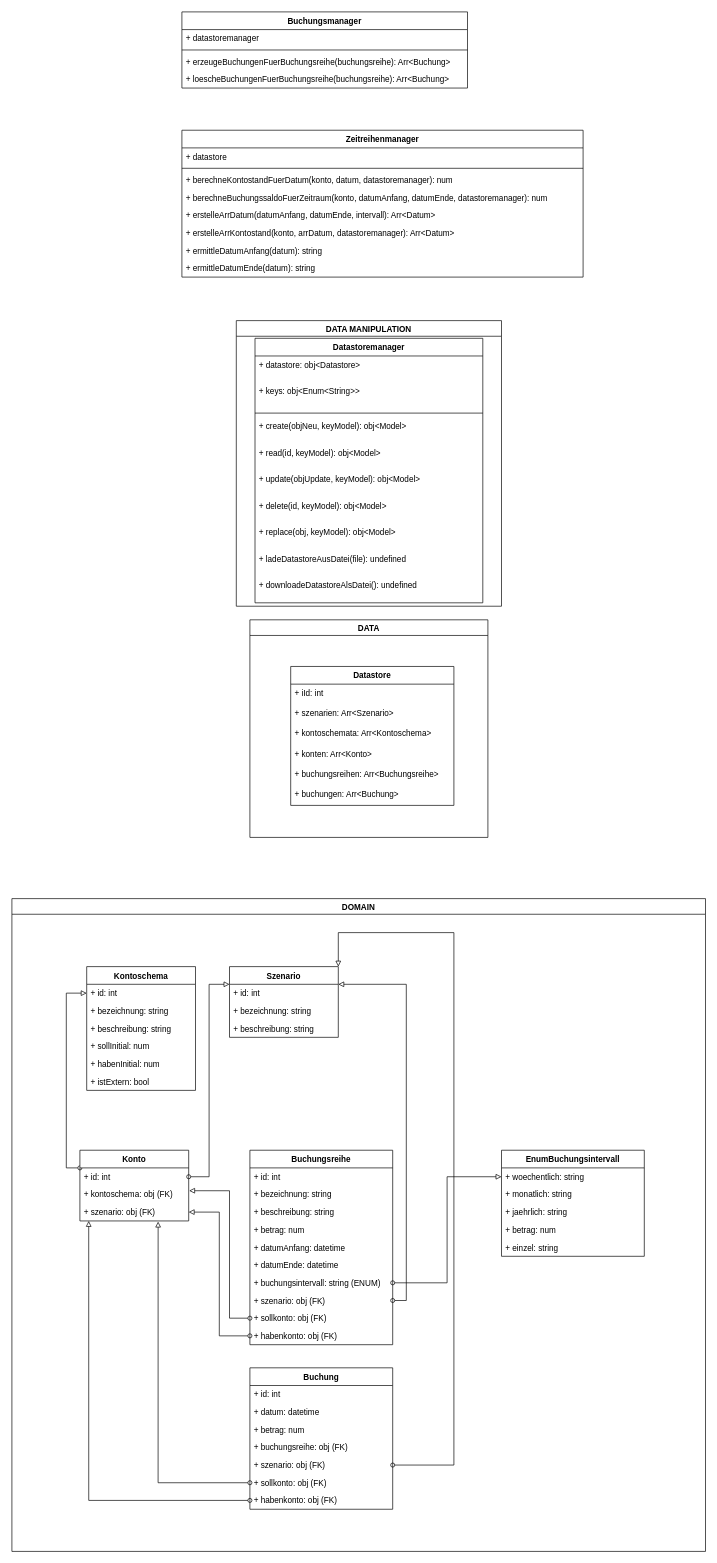
This is design/Klassen.drawio from wunscha/finanzplaner, a draw.io file, before an edit. Source tidied: cells renumbered, new cells numbered last; positions are measured from the earlier drawing's top-left corner, leaving out a move shared by most shapes. Both pictures are drawn from the tidied source at 68%, with x=0, y=0 at pixel (12, 12).
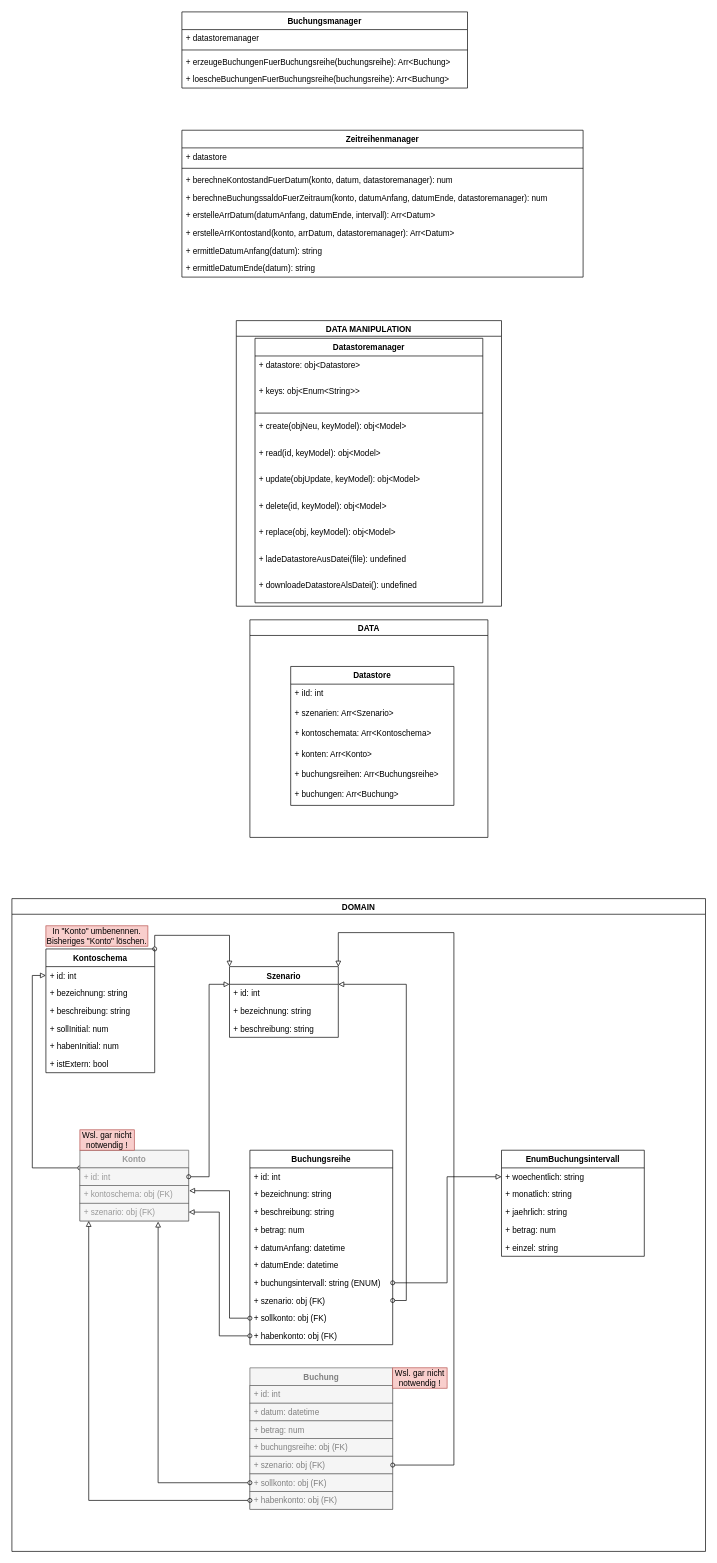
Above is the later version.

Unchanged cells that the change refers to:
```xml
<mxCell id="2" style="group;" parent="1" vertex="1">
  <mxGeometry y="1304" width="1020" height="960" as="geometry" />
</mxCell>
<mxCell id="15" value="Szenario" style="swimlane;fontStyle=1;align=center;verticalAlign=top;horizontal=1;startSize=26;" parent="2" vertex="1">
  <mxGeometry x="320" y="100" width="160" height="104" as="geometry" />
</mxCell>
<mxCell id="51" value="DOMAIN" style="swimlane;" parent="2" vertex="1">
  <mxGeometry width="1020" height="960" as="geometry" />
</mxCell>
```

Change to the diagram source:
```diff
@@
-    <mxCell id="3" value="Kontoschema" style="swimlane;fontStyle=1;align=center;verticalAlign=top;horizontal=1;startSize=26;" parent="2" vertex="1">
-      <mxGeometry x="110" y="100" width="160" height="182" as="geometry" />
-    </mxCell>
-    <mxCell id="4" value="+ id: int" style="text;strokeColor=none;fillColor=none;align=left;verticalAlign=top;spacingLeft=4;spacingRight=4;overflow=hidden;points=[[0,0.5],[1,0.5]];portConstraint=eastwest;" parent="3" vertex="1">
-      <mxGeometry y="26" width="160" height="26" as="geometry" />
-    </mxCell>
-    <mxCell id="5" value="+ bezeichnung: string" style="text;strokeColor=none;fillColor=none;align=left;verticalAlign=top;spacingLeft=4;spacingRight=4;overflow=hidden;" parent="3" vertex="1">
-      <mxGeometry y="52" width="160" height="26" as="geometry" />
-    </mxCell>
-    <mxCell id="6" value="+ beschreibung: string" style="text;strokeColor=none;fillColor=none;align=left;verticalAlign=top;spacingLeft=4;spacingRight=4;overflow=hidden;" parent="3" vertex="1">
-      <mxGeometry y="78" width="160" height="26" as="geometry" />
-    </mxCell>
-    <mxCell id="7" value="+ sollInitial: num" style="text;strokeColor=none;fillColor=none;align=left;verticalAlign=top;spacingLeft=4;spacingRight=4;overflow=hidden;" parent="3" vertex="1">
-      <mxGeometry y="104" width="160" height="26" as="geometry" />
-    </mxCell>
-    <mxCell id="8" value="+ habenInitial: num" style="text;strokeColor=none;fillColor=none;align=left;verticalAlign=top;spacingLeft=4;spacingRight=4;overflow=hidden;" parent="3" vertex="1">
-      <mxGeometry y="130" width="160" height="26" as="geometry" />
-    </mxCell>
-    <mxCell id="9" value="+ istExtern: bool" style="text;strokeColor=none;fillColor=none;align=left;verticalAlign=top;spacingLeft=4;spacingRight=4;overflow=hidden;" parent="3" vertex="1">
-      <mxGeometry y="156" width="160" height="26" as="geometry" />
-    </mxCell>
@@
-    <mxCell id="11" value="Konto" style="swimlane;fontStyle=1;align=center;verticalAlign=top;horizontal=1;startSize=26;" parent="2" vertex="1">
+    <mxCell id="11" value="Konto" style="swimlane;fontStyle=1;align=center;verticalAlign=top;horizontal=1;startSize=26;fillColor=#f5f5f5;fontColor=#999999;strokeColor=#666666;" parent="2" vertex="1">
       <mxGeometry x="100" y="370" width="160" height="104" as="geometry" />
     </mxCell>
-    <mxCell id="12" value="+ id: int" style="text;strokeColor=none;fillColor=none;align=left;verticalAlign=top;spacingLeft=4;spacingRight=4;overflow=hidden;points=[[0,0.5],[1,0.5]];portConstraint=eastwest;" parent="11" vertex="1">
+    <mxCell id="12" value="+ id: int" style="text;strokeColor=#666666;fillColor=#f5f5f5;align=left;verticalAlign=top;spacingLeft=4;spacingRight=4;overflow=hidden;points=[[0,0.5],[1,0.5]];portConstraint=eastwest;fontColor=#999999;" parent="11" vertex="1">
       <mxGeometry y="26" width="160" height="26" as="geometry" />
     </mxCell>
-    <mxCell id="13" value="+ kontoschema: obj (FK)" style="text;strokeColor=none;fillColor=none;align=left;verticalAlign=top;spacingLeft=4;spacingRight=4;overflow=hidden;points=[[0,0.5],[1,0.5]];portConstraint=eastwest;" parent="11" vertex="1">
+    <mxCell id="13" value="+ kontoschema: obj (FK)" style="text;strokeColor=#666666;fillColor=#f5f5f5;align=left;verticalAlign=top;spacingLeft=4;spacingRight=4;overflow=hidden;points=[[0,0.5],[1,0.5]];portConstraint=eastwest;fontColor=#999999;" parent="11" vertex="1">
       <mxGeometry y="52" width="160" height="26" as="geometry" />
     </mxCell>
-    <mxCell id="14" value="+ szenario: obj (FK)" style="text;strokeColor=none;fillColor=none;align=left;verticalAlign=top;spacingLeft=4;spacingRight=4;overflow=hidden;points=[[0,0.5],[1,0.5]];portConstraint=eastwest;" parent="11" vertex="1">
+    <mxCell id="14" value="+ szenario: obj (FK)" style="text;strokeColor=#666666;fillColor=#f5f5f5;align=left;verticalAlign=top;spacingLeft=4;spacingRight=4;overflow=hidden;points=[[0,0.5],[1,0.5]];portConstraint=eastwest;fontColor=#999999;" parent="11" vertex="1">
       <mxGeometry y="78" width="160" height="26" as="geometry" />
     </mxCell>
@@
-    <mxCell id="31" value="Buchung" style="swimlane;fontStyle=1;align=center;verticalAlign=top;horizontal=1;startSize=26;" parent="2" vertex="1">
+    <mxCell id="31" value="Buchung" style="swimlane;fontStyle=1;align=center;verticalAlign=top;horizontal=1;startSize=26;fillColor=#f5f5f5;fontColor=#808080;strokeColor=#666666;" parent="2" vertex="1">
       <mxGeometry x="350" y="690" width="210" height="208" as="geometry" />
     </mxCell>
-    <mxCell id="32" value="+ id: int" style="text;strokeColor=none;fillColor=none;align=left;verticalAlign=top;spacingLeft=4;spacingRight=4;overflow=hidden;" parent="31" vertex="1">
+    <mxCell id="32" value="+ id: int" style="text;strokeColor=#666666;fillColor=#f5f5f5;align=left;verticalAlign=top;spacingLeft=4;spacingRight=4;overflow=hidden;fontColor=#808080;" parent="31" vertex="1">
       <mxGeometry y="26" width="210" height="26" as="geometry" />
     </mxCell>
-    <mxCell id="33" value="+ datum: datetime" style="text;strokeColor=none;fillColor=none;align=left;verticalAlign=top;spacingLeft=4;spacingRight=4;overflow=hidden;" parent="31" vertex="1">
+    <mxCell id="33" value="+ datum: datetime" style="text;strokeColor=#666666;fillColor=#f5f5f5;align=left;verticalAlign=top;spacingLeft=4;spacingRight=4;overflow=hidden;fontColor=#808080;" parent="31" vertex="1">
       <mxGeometry y="52" width="210" height="26" as="geometry" />
     </mxCell>
-    <mxCell id="34" value="+ betrag: num" style="text;strokeColor=none;fillColor=none;align=left;verticalAlign=top;spacingLeft=4;spacingRight=4;overflow=hidden;" parent="31" vertex="1">
+    <mxCell id="34" value="+ betrag: num" style="text;strokeColor=#666666;fillColor=#f5f5f5;align=left;verticalAlign=top;spacingLeft=4;spacingRight=4;overflow=hidden;fontColor=#808080;" parent="31" vertex="1">
       <mxGeometry y="78" width="210" height="26" as="geometry" />
     </mxCell>
-    <mxCell id="35" value="+ buchungsreihe: obj (FK)" style="text;strokeColor=none;fillColor=none;align=left;verticalAlign=top;spacingLeft=4;spacingRight=4;overflow=hidden;" parent="31" vertex="1">
+    <mxCell id="35" value="+ buchungsreihe: obj (FK)" style="text;strokeColor=#666666;fillColor=#f5f5f5;align=left;verticalAlign=top;spacingLeft=4;spacingRight=4;overflow=hidden;fontColor=#808080;" parent="31" vertex="1">
       <mxGeometry y="104" width="210" height="26" as="geometry" />
     </mxCell>
-    <mxCell id="36" value="+ szenario: obj (FK)" style="text;strokeColor=none;fillColor=none;align=left;verticalAlign=top;spacingLeft=4;spacingRight=4;overflow=hidden;points=[[0,0.5],[1,0.5]];portConstraint=eastwest;" parent="31" vertex="1">
+    <mxCell id="36" value="+ szenario: obj (FK)" style="text;strokeColor=#666666;fillColor=#f5f5f5;align=left;verticalAlign=top;spacingLeft=4;spacingRight=4;overflow=hidden;points=[[0,0.5],[1,0.5]];portConstraint=eastwest;fontColor=#808080;" parent="31" vertex="1">
       <mxGeometry y="130" width="210" height="26" as="geometry" />
     </mxCell>
-    <mxCell id="37" value="+ sollkonto: obj (FK)" style="text;strokeColor=none;fillColor=none;align=left;verticalAlign=top;spacingLeft=4;spacingRight=4;overflow=hidden;points=[[0,0.5],[1,0.5]];portConstraint=eastwest;" parent="31" vertex="1">
+    <mxCell id="37" value="+ sollkonto: obj (FK)" style="text;strokeColor=#666666;fillColor=#f5f5f5;align=left;verticalAlign=top;spacingLeft=4;spacingRight=4;overflow=hidden;points=[[0,0.5],[1,0.5]];portConstraint=eastwest;fontColor=#808080;" parent="31" vertex="1">
       <mxGeometry y="156" width="210" height="26" as="geometry" />
     </mxCell>
-    <mxCell id="38" value="+ habenkonto: obj (FK)" style="text;strokeColor=none;fillColor=none;align=left;verticalAlign=top;spacingLeft=4;spacingRight=4;overflow=hidden;points=[[0,0.5],[1,0.5]];portConstraint=eastwest;" parent="31" vertex="1">
+    <mxCell id="38" value="+ habenkonto: obj (FK)" style="text;strokeColor=#666666;fillColor=#f5f5f5;align=left;verticalAlign=top;spacingLeft=4;spacingRight=4;overflow=hidden;points=[[0,0.5],[1,0.5]];portConstraint=eastwest;fontColor=#808080;" parent="31" vertex="1">
       <mxGeometry y="182" width="210" height="26" as="geometry" />
     </mxCell>
@@
+    <mxCell id="89" value="Wsl. gar nicht notwendig !" style="text;html=1;strokeColor=#b85450;fillColor=#f8cecc;align=center;verticalAlign=middle;whiteSpace=wrap;rounded=0;" parent="51" vertex="1">
+      <mxGeometry x="560" y="690" width="80" height="30" as="geometry" />
+    </mxCell>
+    <mxCell id="3" value="Kontoschema" style="swimlane;fontStyle=1;align=center;verticalAlign=top;horizontal=1;startSize=26;" parent="51" vertex="1">
+      <mxGeometry x="50" y="74" width="160" height="182" as="geometry" />
+    </mxCell>
+    <mxCell id="4" value="+ id: int" style="text;strokeColor=none;fillColor=none;align=left;verticalAlign=top;spacingLeft=4;spacingRight=4;overflow=hidden;points=[[0,0.5],[1,0.5]];portConstraint=eastwest;" parent="3" vertex="1">
+      <mxGeometry y="26" width="160" height="26" as="geometry" />
+    </mxCell>
+    <mxCell id="5" value="+ bezeichnung: string" style="text;strokeColor=none;fillColor=none;align=left;verticalAlign=top;spacingLeft=4;spacingRight=4;overflow=hidden;" parent="3" vertex="1">
+      <mxGeometry y="52" width="160" height="26" as="geometry" />
+    </mxCell>
+    <mxCell id="6" value="+ beschreibung: string" style="text;strokeColor=none;fillColor=none;align=left;verticalAlign=top;spacingLeft=4;spacingRight=4;overflow=hidden;" parent="3" vertex="1">
+      <mxGeometry y="78" width="160" height="26" as="geometry" />
+    </mxCell>
+    <mxCell id="7" value="+ sollInitial: num" style="text;strokeColor=none;fillColor=none;align=left;verticalAlign=top;spacingLeft=4;spacingRight=4;overflow=hidden;" parent="3" vertex="1">
+      <mxGeometry y="104" width="160" height="26" as="geometry" />
+    </mxCell>
+    <mxCell id="8" value="+ habenInitial: num" style="text;strokeColor=none;fillColor=none;align=left;verticalAlign=top;spacingLeft=4;spacingRight=4;overflow=hidden;" parent="3" vertex="1">
+      <mxGeometry y="130" width="160" height="26" as="geometry" />
+    </mxCell>
+    <mxCell id="9" value="+ istExtern: bool" style="text;strokeColor=none;fillColor=none;align=left;verticalAlign=top;spacingLeft=4;spacingRight=4;overflow=hidden;" parent="3" vertex="1">
+      <mxGeometry y="156" width="160" height="26" as="geometry" />
+    </mxCell>
+    <mxCell id="90" value="Wsl. gar nicht notwendig !" style="text;html=1;strokeColor=#b85450;fillColor=#f8cecc;align=center;verticalAlign=middle;whiteSpace=wrap;rounded=0;" parent="51" vertex="1">
+      <mxGeometry x="100" y="340" width="80" height="30" as="geometry" />
+    </mxCell>
+    <mxCell id="91" value="In &quot;Konto&quot; umbenennen.&lt;br&gt;Bisheriges &quot;Konto&quot; löschen." style="text;html=1;strokeColor=#b85450;fillColor=#f8cecc;align=center;verticalAlign=middle;whiteSpace=wrap;rounded=0;" parent="51" vertex="1">
+      <mxGeometry x="50" y="40" width="150" height="30" as="geometry" />
+    </mxCell>
+    <mxCell id="92" style="edgeStyle=orthogonalEdgeStyle;rounded=0;jettySize=auto;html=1;exitX=1;exitY=0;exitDx=0;exitDy=0;entryX=0;entryY=0;entryDx=0;entryDy=0;startArrow=oval;startFill=0;endArrow=block;endFill=0;" parent="2" edge="1" source="3" target="15">
+      <mxGeometry relative="1" as="geometry" />
+    </mxCell>
```
